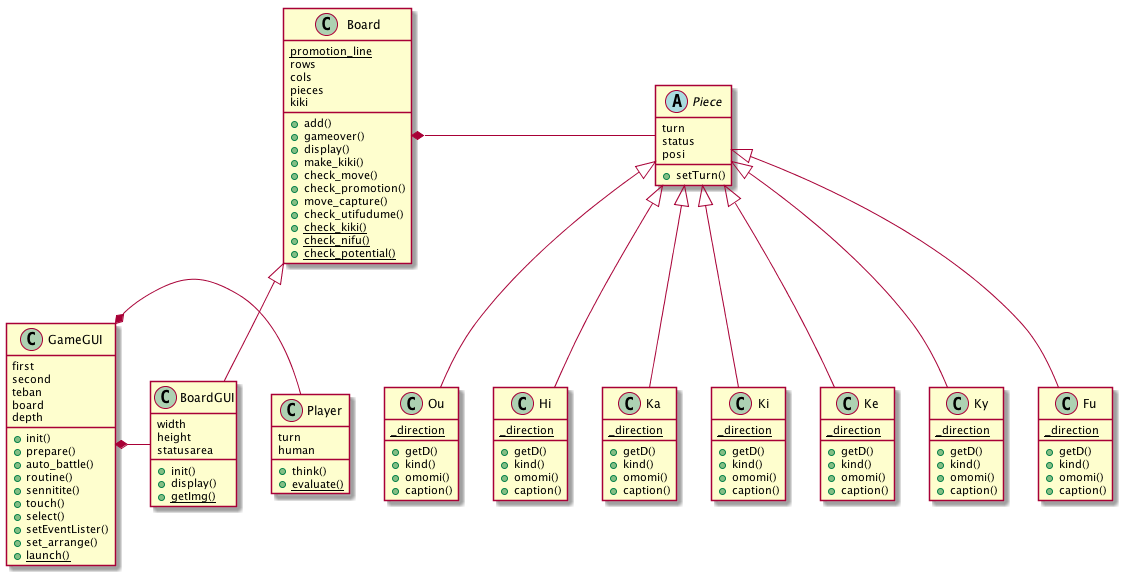
Earlier version of the PlantUML export images/shogi33class.png (happyclam/happyclam.github.io).
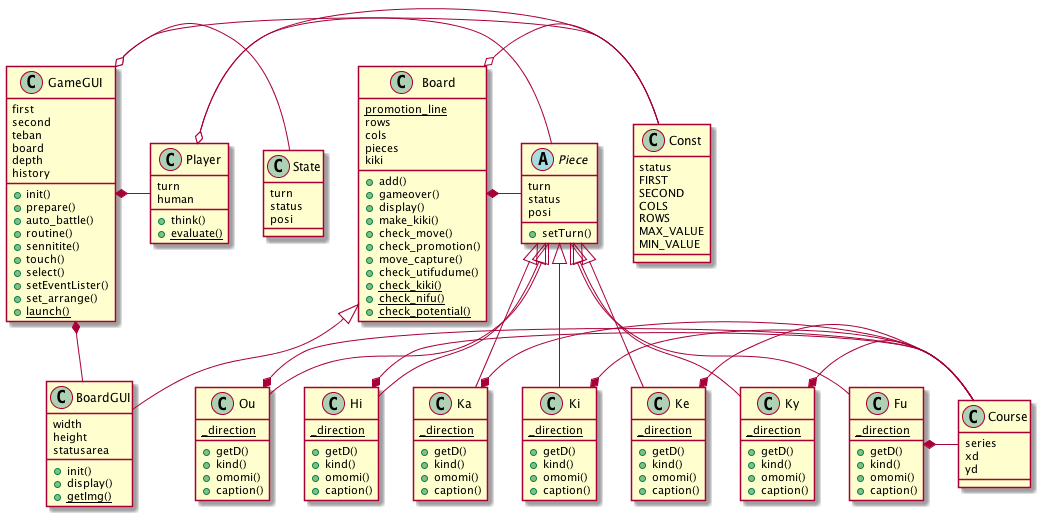
Later version of the same file.

Commit message:
/クラス図省略してないものに差し替え

Change to the diagram source:
```diff
@@ -1,5 +1,20 @@
 @startuml shogi33.png
 
+class Const {
+  status
+  FIRST
+  SECOND
+  COLS
+  ROWS
+  MAX_VALUE
+  MIN_VALUE
+}
+
+class State {
+  turn
+  status
+  posi
+}
 
 class GameGUI {
   first
@@ -7,6 +22,7 @@
   teban
   board
   depth
+  history
   +init()
   +prepare()
   +auto_battle()
@@ -19,9 +35,26 @@
   +{static}launch()
 }
 
+GameGUI o- Const
+GameGUI o- State
 GameGUI *- Player
 GameGUI *- BoardGUI
 
+class Player {
+  turn
+  human
+  +think()
+  +{static}evaluate()
+}
+
+Player o- Const
+Player o- Piece
+
+class Course {
+  series
+  xd
+  yd
+}
 
 abstract class Piece {
   turn
@@ -89,6 +122,13 @@
 Piece <|-- Ky
 Piece <|-- Fu
 
+Ou *- Course
+Hi *- Course
+Ka *- Course
+Ki *- Course
+Ke *- Course
+Ky *- Course
+Fu *- Course
 
 class Board {
   {static}promotion_line
@@ -110,14 +150,7 @@
 }
 
 Board *- Piece
-
-class Player {
-  turn
-  human
-  +think()
-  +{static}evaluate()
-}
-
+Board o- Const
 
 class BoardGUI {
   width
@@ -129,5 +162,4 @@
 }
 Board <|-- BoardGUI
 
-
 @enduml
```
